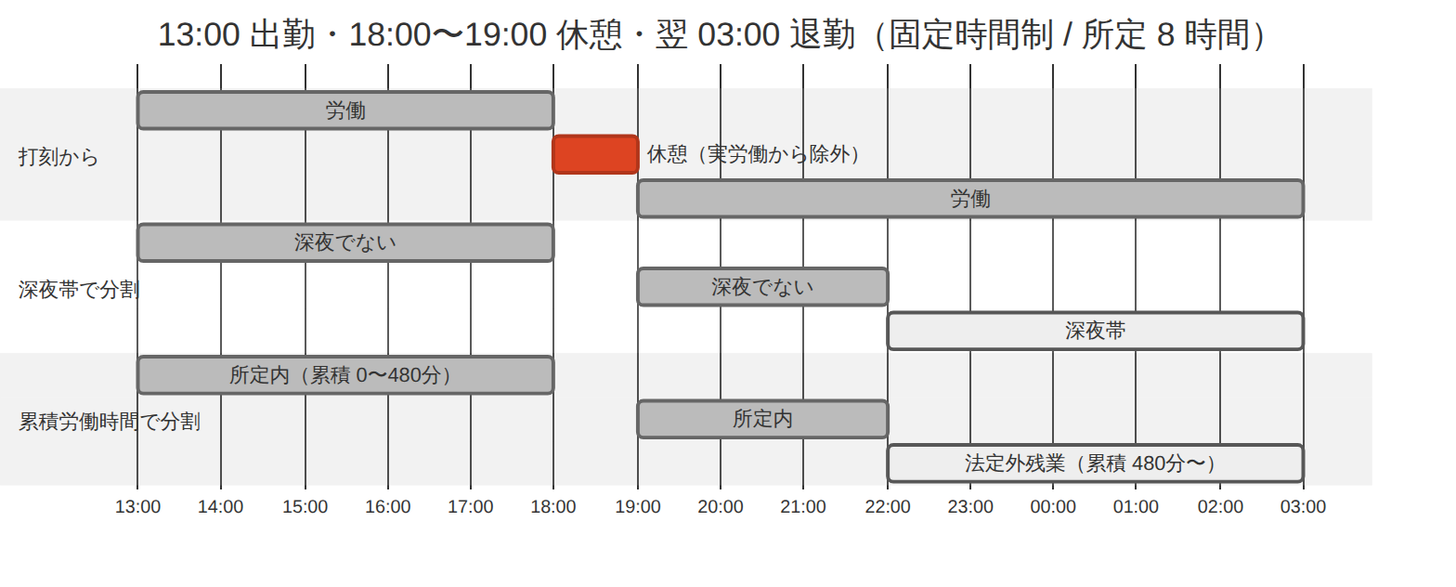
Earlier version of the Mermaid export doc/02_詳細設計/03_勤怠_打刻と日次集計/images/区間分割の例.png (masaki-i02/newJavaProject). Its source is kept beside it as doc/02_詳細設計/03_勤怠_打刻と日次集計/diagrams/区間分割の例.mmd. Its diagram source:
```mermaid
gantt
    title 13:00 出勤・18:00〜19:00 休憩・翌 03:00 退勤（固定時間制 / 所定 8 時間）
    dateFormat YYYY-MM-DD HH:mm
    axisFormat %H:%M

    section 打刻から
    労働 :done, 2026-04-07 13:00, 5h
    休憩（実労働から除外） :crit, 2026-04-07 18:00, 1h
    労働 :done, 2026-04-07 19:00, 8h

    section 深夜帯で分割
    深夜でない :done, 2026-04-07 13:00, 5h
    深夜でない :done, 2026-04-07 19:00, 3h
    深夜帯 :active, 2026-04-07 22:00, 5h

    section 累積労働時間で分割
    所定内（累積 0〜480分） :done, 2026-04-07 13:00, 5h
    所定内 :done, 2026-04-07 19:00, 3h
    法定外残業（累積 480分〜） :active, 2026-04-07 22:00, 5h
```
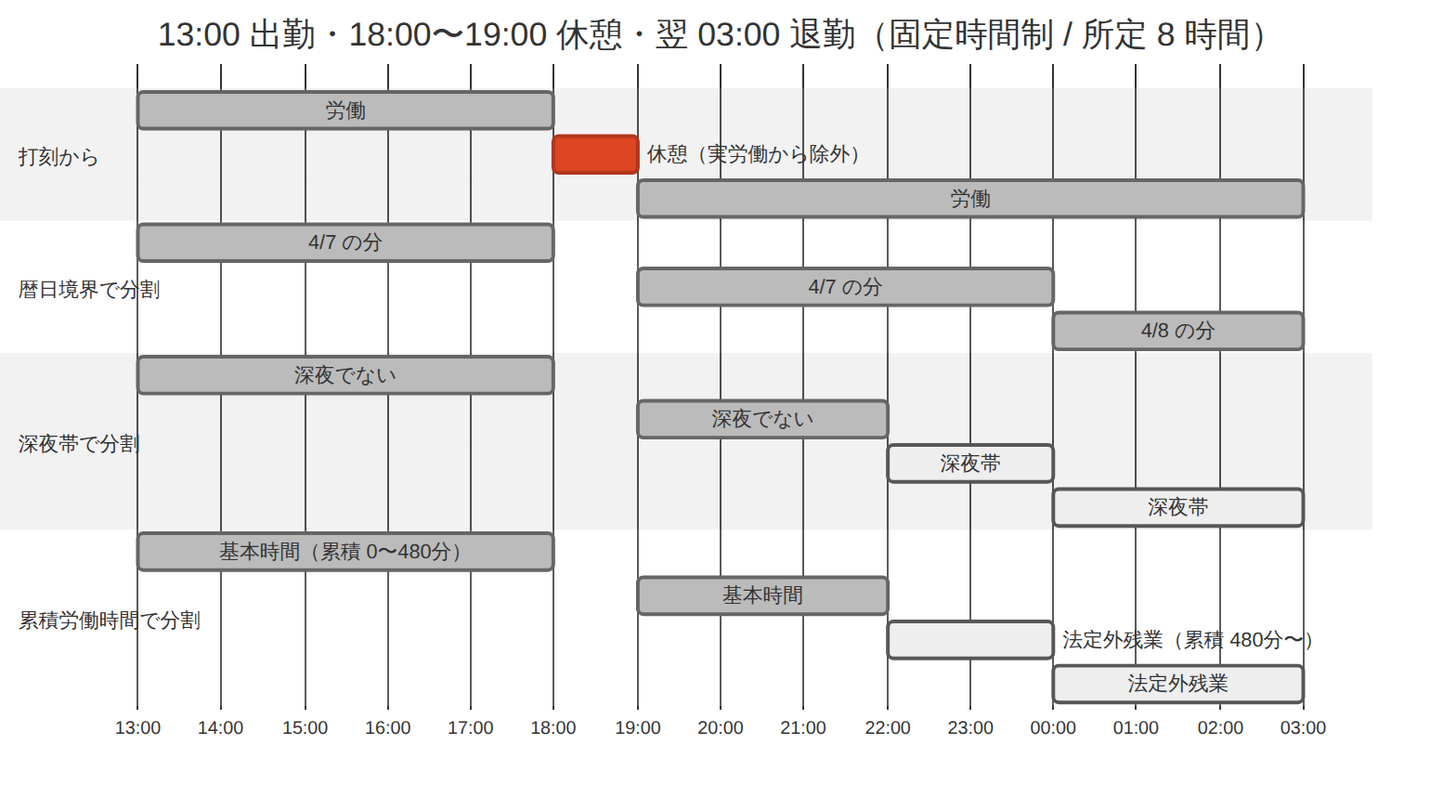
The same diagram one commit later.

Change to the diagram source:
```diff
@@ -8,12 +8,19 @@
     休憩（実労働から除外） :crit, 2026-04-07 18:00, 1h
     労働 :done, 2026-04-07 19:00, 8h
 
+    section 暦日境界で分割
+    4/7 の分 :done, 2026-04-07 13:00, 5h
+    4/7 の分 :done, 2026-04-07 19:00, 5h
+    4/8 の分 :done, 2026-04-08 00:00, 3h
+
     section 深夜帯で分割
     深夜でない :done, 2026-04-07 13:00, 5h
     深夜でない :done, 2026-04-07 19:00, 3h
-    深夜帯 :active, 2026-04-07 22:00, 5h
+    深夜帯 :active, 2026-04-07 22:00, 2h
+    深夜帯 :active, 2026-04-08 00:00, 3h
 
     section 累積労働時間で分割
-    所定内（累積 0〜480分） :done, 2026-04-07 13:00, 5h
-    所定内 :done, 2026-04-07 19:00, 3h
-    法定外残業（累積 480分〜） :active, 2026-04-07 22:00, 5h
+    基本時間（累積 0〜480分） :done, 2026-04-07 13:00, 5h
+    基本時間 :done, 2026-04-07 19:00, 3h
+    法定外残業（累積 480分〜） :active, 2026-04-07 22:00, 2h
+    法定外残業 :active, 2026-04-08 00:00, 3h
```
